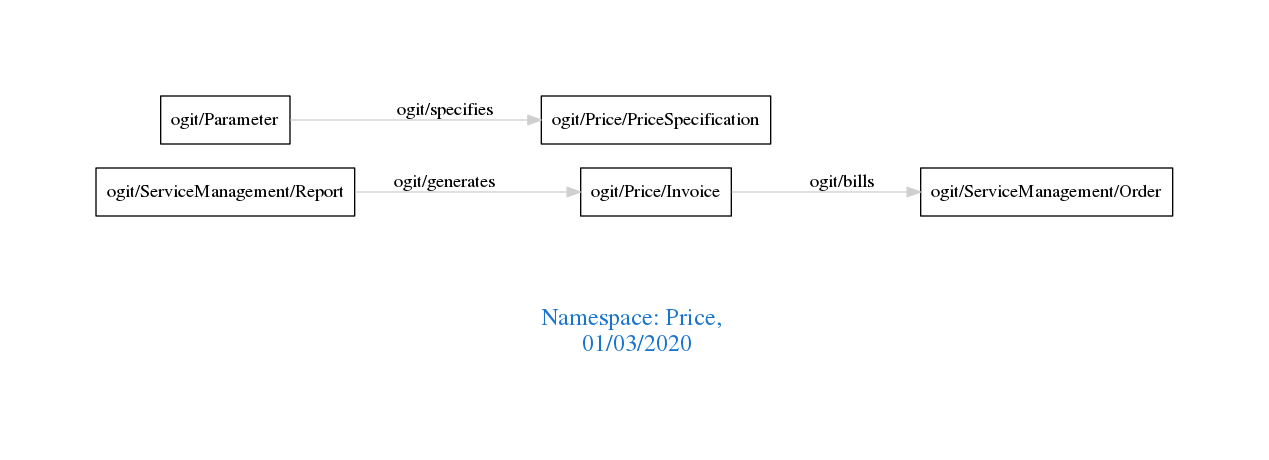
Earlier version of the Graphviz export downloads/Price.png (arago/OGIT). Its source is kept beside it as downloads/Price.dot.
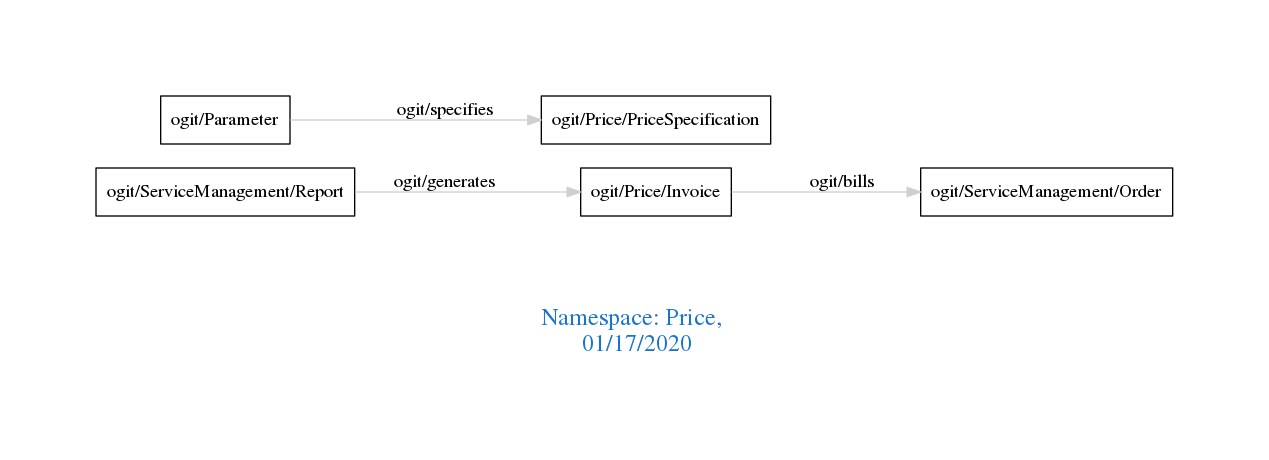
Later version of the same file.

Change to the diagram source:
```diff
@@ -1,7 +1,7 @@
 digraph OGIT_ontology {
  graph [ rankdir= LR,pad=1
 fontsize = 18,
-fontcolor= dodgerblue3,label = "\n\n\nNamespace: Price, \n 01/03/2020"];
+fontcolor= dodgerblue3,label = "\n\n\nNamespace: Price, \n 01/17/2020"];
 node[shape=polygon];
 edge [  color="gray81"];
 
```
